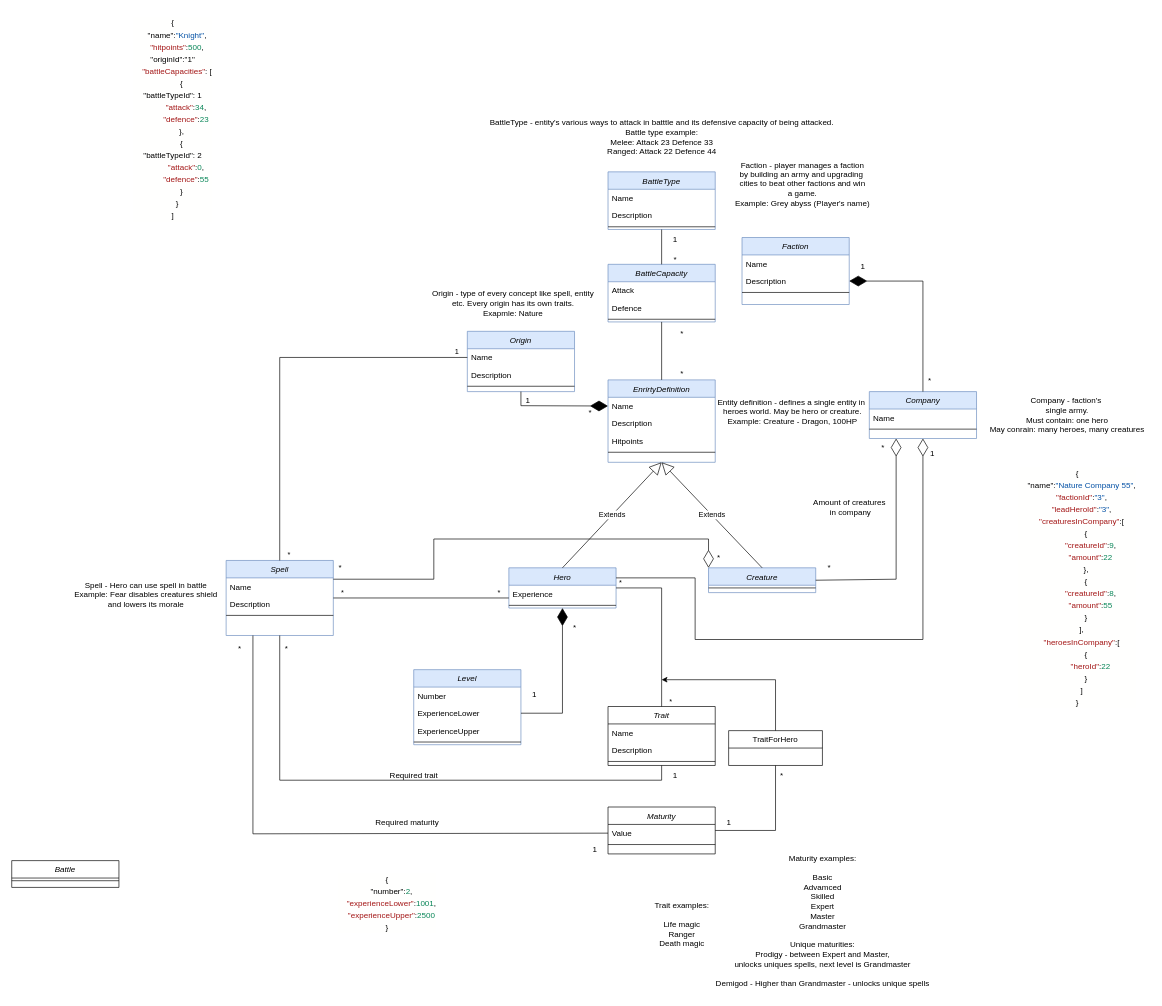
Above: documentation/heroes-overview.drawio in petar111/heroes-system (draw.io), before the change. Source tidied: cells renumbered, new cells numbered last; positions are measured from the earlier drawing's top-left corner, leaving out a move shared by most shapes. Both pictures are drawn from the tidied source at 67%, with x=0, y=0 at pixel (11, 11).
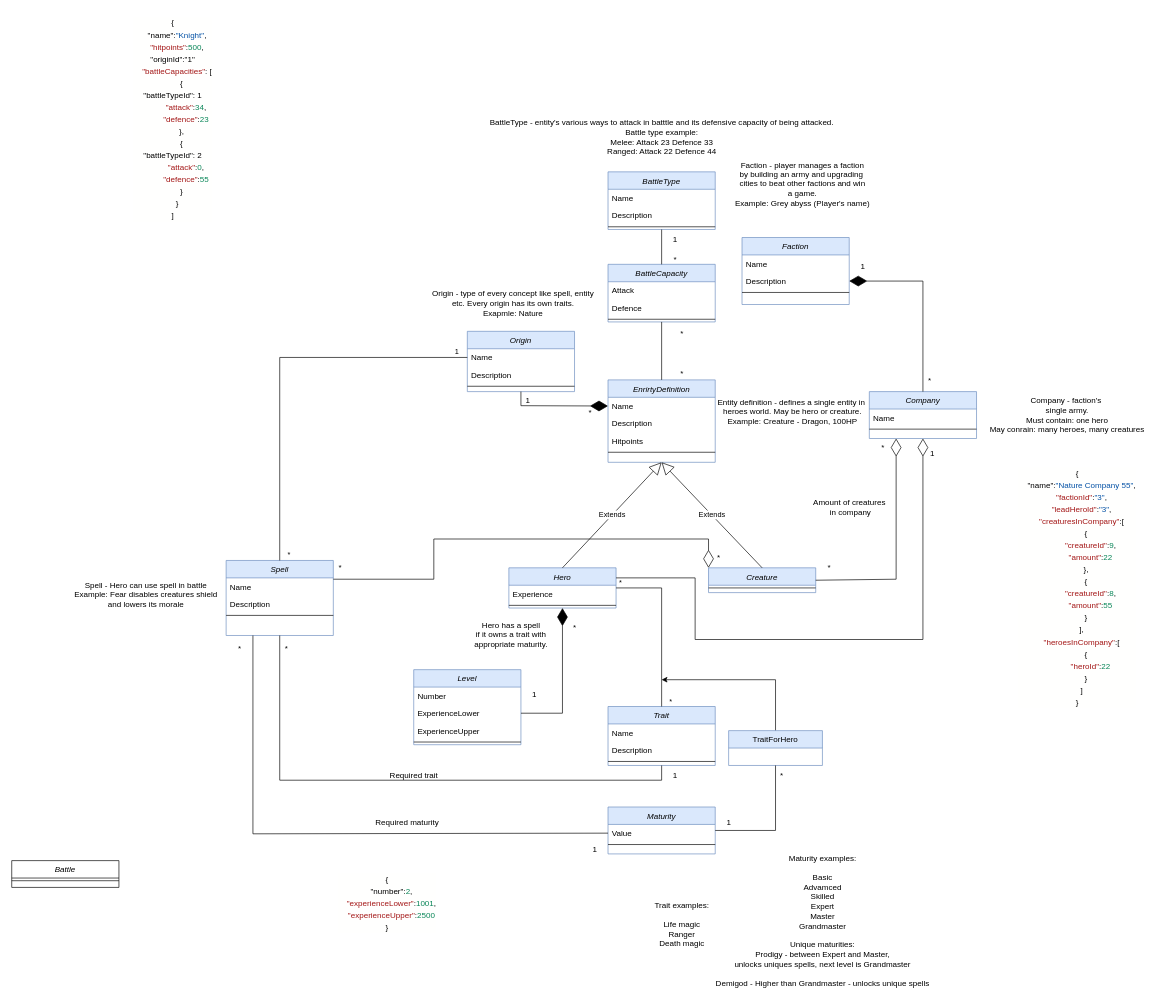
Above is the later version.

The change refers to these unchanged cells:
```xml
<mxCell id="2" value="Hero" style="swimlane;fontStyle=2;align=center;verticalAlign=top;horizontal=1;startSize=26;rounded=0;shadow=0;strokeWidth=1;fillColor=#dae8fc;strokeColor=#6c8ebf;" parent="1" vertex="1">
  <mxGeometry x="742" y="830" width="160" height="60" as="geometry" />
</mxCell>
<mxCell id="14" value="Spell" style="swimlane;fontStyle=2;align=center;verticalAlign=top;horizontal=1;startSize=26;rounded=0;shadow=0;strokeWidth=1;fillColor=#dae8fc;strokeColor=#6c8ebf;" parent="1" vertex="1">
  <mxGeometry x="320" y="819" width="160" height="112" as="geometry" />
</mxCell>
```

What changed in the source:
```diff
@@
-    <mxCell id="18" style="endArrow=none;html=1;edgeStyle=orthogonalEdgeStyle;rounded=0;exitX=1;exitY=0.5;exitDx=0;exitDy=0;entryX=0;entryY=0.75;entryDx=0;entryDy=0;" parent="1" edge="1" source="14" target="2">
-      <mxGeometry relative="1" as="geometry" />
-    </mxCell>
-    <mxCell id="19" value="*" style="edgeLabel;html=1;align=left;verticalAlign=bottom;" parent="18" vertex="1">
-      <mxGeometry x="-1" relative="1" as="geometry">
-        <mxPoint x="10" as="offset" />
-      </mxGeometry>
-    </mxCell>
-    <mxCell id="20" value="*" style="edgeLabel;html=1;align=right;verticalAlign=bottom;" parent="18" vertex="1">
-      <mxGeometry x="1" relative="1" as="geometry">
-        <mxPoint x="-12" as="offset" />
-      </mxGeometry>
-    </mxCell>
@@
-    <mxCell id="29" value="Trait" style="swimlane;fontStyle=2;align=center;verticalAlign=top;horizontal=1;startSize=26;rounded=0;shadow=0;strokeWidth=1;" parent="1" vertex="1">
+    <mxCell id="29" value="Trait" style="swimlane;fontStyle=2;align=center;verticalAlign=top;horizontal=1;startSize=26;rounded=0;shadow=0;strokeWidth=1;fillColor=#dae8fc;strokeColor=#6c8ebf;" parent="1" vertex="1">
       <mxGeometry x="890" y="1037" width="160" height="88" as="geometry" />
     </mxCell>
@@
-    <mxCell id="37" value="TraitForHero" style="swimlane;fontStyle=0;horizontal=1;startSize=26;fillColor=none;whiteSpace=wrap;html=1;" parent="1" vertex="1">
+    <mxCell id="37" value="TraitForHero" style="swimlane;fontStyle=0;horizontal=1;startSize=26;fillColor=#dae8fc;whiteSpace=wrap;html=1;strokeColor=#6c8ebf;" parent="1" vertex="1">
       <mxGeometry x="1070" y="1073" width="140" height="52" as="geometry" />
     </mxCell>
@@
-    <mxCell id="62" value="Maturity" style="swimlane;fontStyle=2;align=center;verticalAlign=top;horizontal=1;startSize=26;rounded=0;shadow=0;strokeWidth=1;" parent="1" vertex="1">
+    <mxCell id="62" value="Maturity" style="swimlane;fontStyle=2;align=center;verticalAlign=top;horizontal=1;startSize=26;rounded=0;shadow=0;strokeWidth=1;fillColor=#dae8fc;strokeColor=#6c8ebf;" parent="1" vertex="1">
       <mxGeometry x="890" y="1187" width="160" height="70" as="geometry" />
     </mxCell>
@@
+    <mxCell id="108" value="Hero has a spell&lt;br&gt;if it owns a trait with&lt;br&gt;appropriate maturity." style="text;html=1;align=center;verticalAlign=middle;strokeColor=none;fillColor=none;" parent="1" vertex="1">
+      <mxGeometry x="680" y="900" width="130" height="60" as="geometry" />
+    </mxCell>
```
